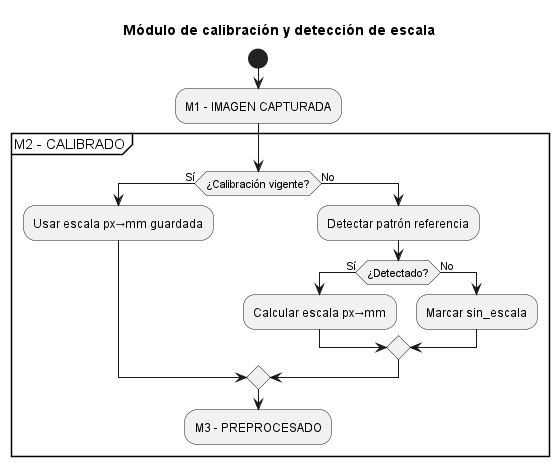
Before: content/uml/out/__WorkspaceFolder__/calibracion/calibracion.png, a diagram exported from PlantUML (jalosu/FLATCLASS).
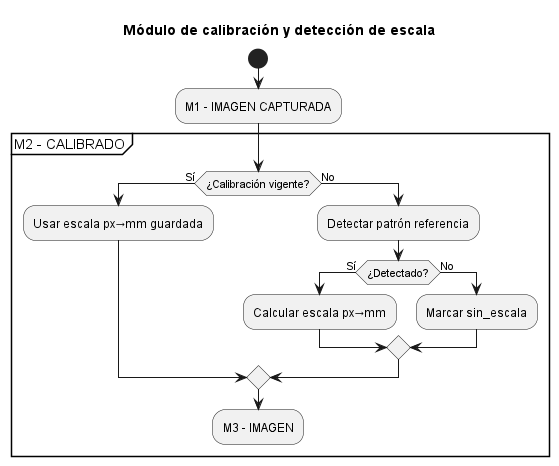
Above is the later version.

Change to the diagram source:
```diff
@@ -18,5 +18,5 @@
     endif
   endif
 
-:M3 - PREPROCESADO;
+:M3 - IMAGEN;
 @enduml
```
